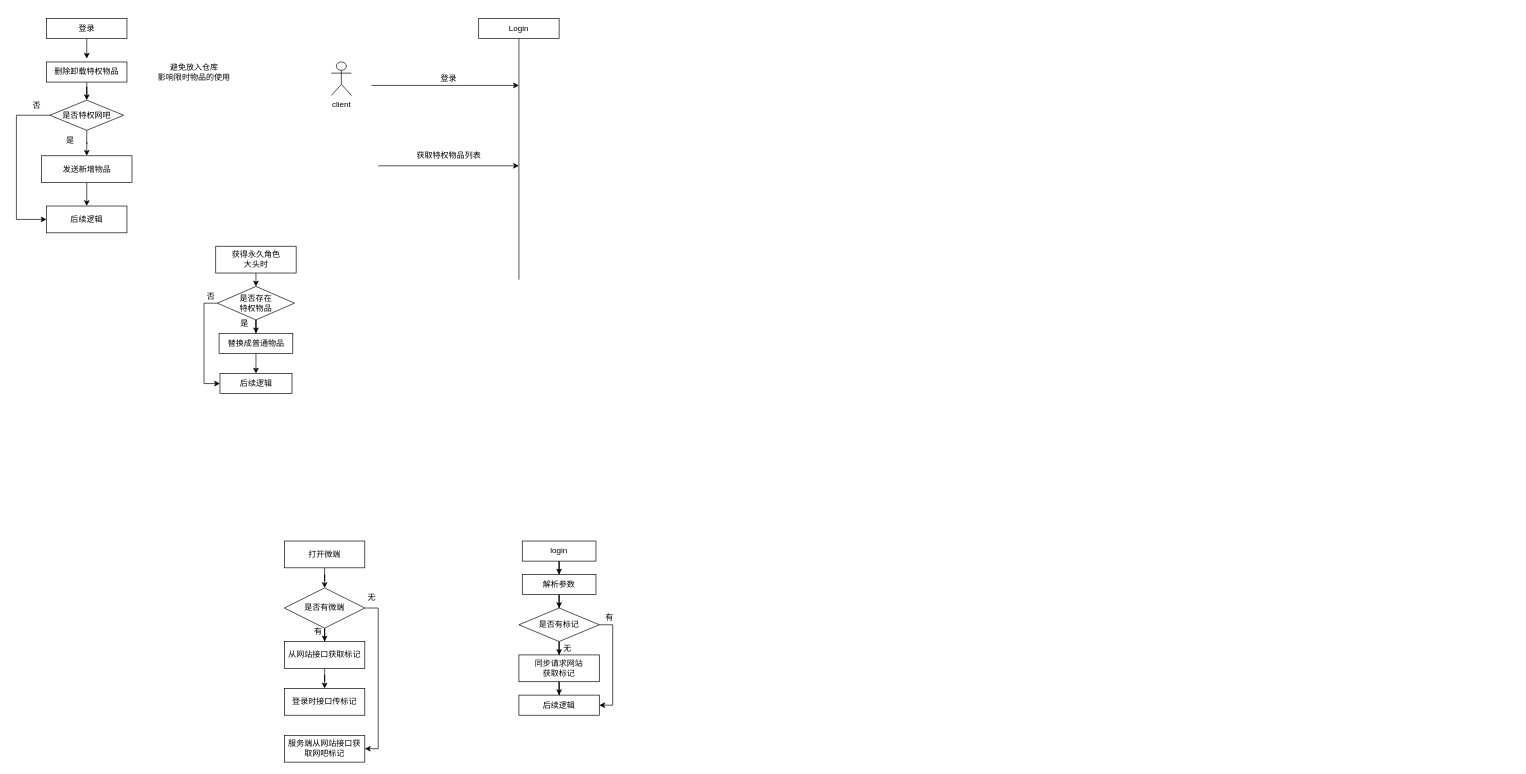
Earlier version of the draw.io diagram SSJJ2/网吧特权.drawio (Ordertiny/graph). Source tidied: cells renumbered, new cells numbered last; positions are measured from the earlier drawing's top-left corner, leaving out a move shared by most shapes. Both pictures are drawn from the tidied source at 67%, with x=0, y=0 at pixel (16, 18).
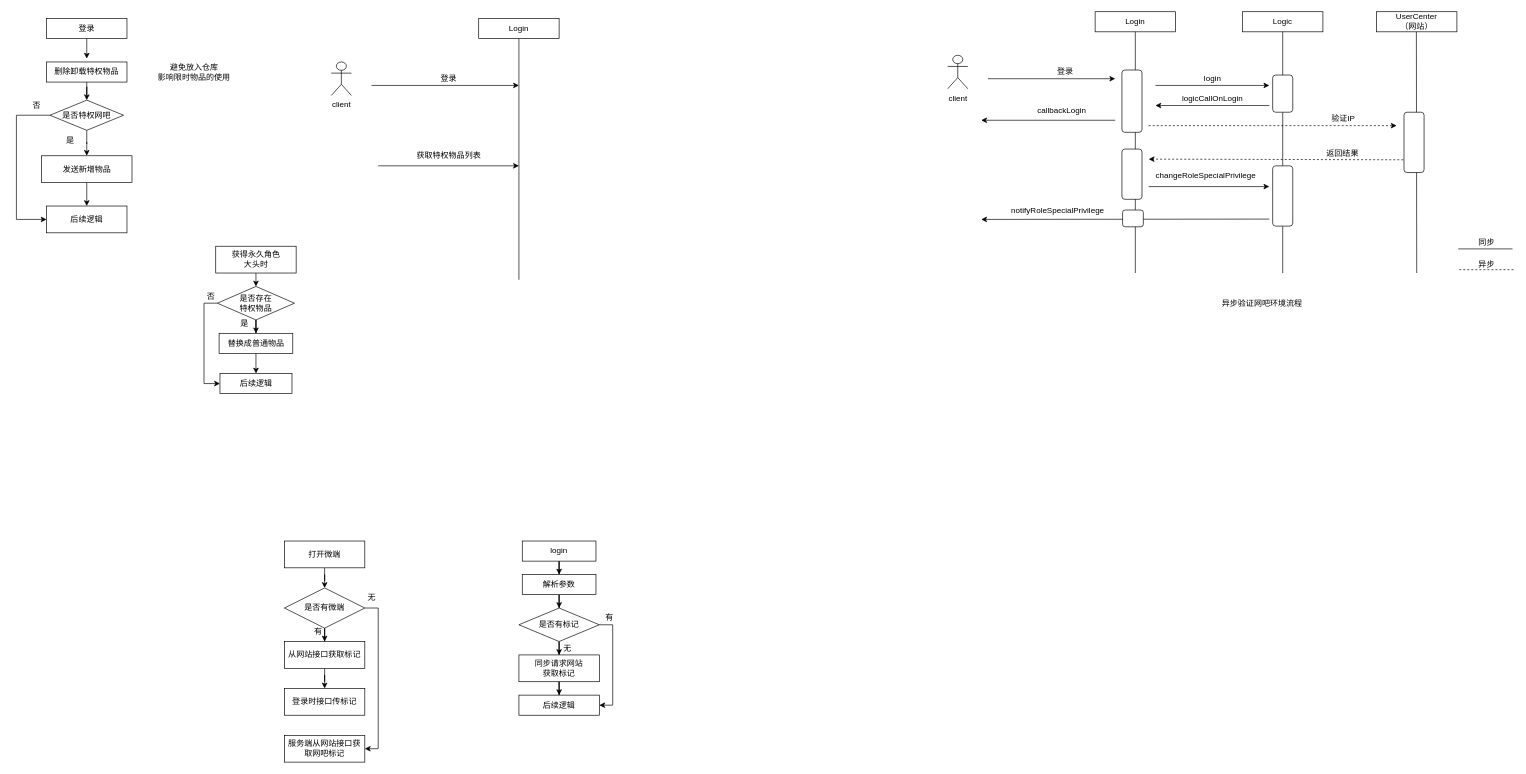
The same page after the edit.

Commit message:
更新网吧特权.drawio

The edit, as a diff of the source:
```diff
@@
+    <mxCell id="55" value="client" style="shape=umlActor;verticalLabelPosition=bottom;verticalAlign=top;html=1;" parent="1" vertex="1">
+      <mxGeometry x="1390" y="55" width="30" height="50" as="geometry" />
+    </mxCell>
+    <mxCell id="56" value="Login" style="rounded=0;whiteSpace=wrap;html=1;" parent="1" vertex="1">
+      <mxGeometry x="1610" y="-10" width="120" height="30" as="geometry" />
+    </mxCell>
+    <mxCell id="57" style="endArrow=none;html=1;rounded=0;entryX=0.5;entryY=1;entryDx=0;entryDy=0;" parent="1" edge="1" target="56">
+      <mxGeometry relative="1" as="geometry">
+        <mxPoint x="1670" y="380" as="sourcePoint" />
+      </mxGeometry>
+    </mxCell>
+    <mxCell id="58" style="endArrow=classic;html=1;rounded=0;" parent="1" edge="1">
+      <mxGeometry relative="1" as="geometry">
+        <mxPoint x="1450" y="90" as="sourcePoint" />
+        <mxPoint x="1640" y="90" as="targetPoint" />
+      </mxGeometry>
+    </mxCell>
+    <mxCell id="59" value="登录" style="text;html=1;align=center;verticalAlign=middle;strokeColor=none;fillColor=none;" parent="1" vertex="1">
+      <mxGeometry x="1540" y="65" width="50" height="30" as="geometry" />
+    </mxCell>
+    <mxCell id="60" style="endArrow=classic;html=1;rounded=0;" parent="1" edge="1">
+      <mxGeometry relative="1" as="geometry">
+        <mxPoint x="1640" y="152" as="sourcePoint" />
+        <mxPoint x="1440" y="152" as="targetPoint" />
+      </mxGeometry>
+    </mxCell>
+    <mxCell id="61" value="callbackLogin" style="text;html=1;align=center;verticalAlign=middle;strokeColor=none;fillColor=none;" parent="1" vertex="1">
+      <mxGeometry x="1510" y="122" width="100" height="30" as="geometry" />
+    </mxCell>
+    <mxCell id="62" value="Logic" style="rounded=0;whiteSpace=wrap;html=1;" parent="1" vertex="1">
+      <mxGeometry x="1830" y="-10" width="120" height="30" as="geometry" />
+    </mxCell>
+    <mxCell id="63" style="endArrow=none;html=1;rounded=0;entryX=0.5;entryY=1;entryDx=0;entryDy=0;" parent="1" edge="1" source="66" target="62">
+      <mxGeometry relative="1" as="geometry" />
+    </mxCell>
+    <mxCell id="64" style="rounded=1;whiteSpace=wrap;html=1;" parent="1" vertex="1">
+      <mxGeometry x="1650" y="77" width="30" height="93" as="geometry" />
+    </mxCell>
+    <mxCell id="65" style="endArrow=none;html=1;rounded=0;entryX=0.5;entryY=1;entryDx=0;entryDy=0;" parent="1" edge="1" source="80" target="66">
+      <mxGeometry relative="1" as="geometry" />
+    </mxCell>
+    <mxCell id="66" style="rounded=1;whiteSpace=wrap;html=1;" parent="1" vertex="1">
+      <mxGeometry x="1875" y="84.5" width="30" height="55.5" as="geometry" />
+    </mxCell>
+    <mxCell id="67" style="endArrow=classic;html=1;rounded=0;" parent="1" edge="1">
+      <mxGeometry relative="1" as="geometry">
+        <mxPoint x="1700" y="100" as="sourcePoint" />
+        <mxPoint x="1870" y="100" as="targetPoint" />
+      </mxGeometry>
+    </mxCell>
+    <mxCell id="68" value="login" style="text;html=1;align=center;verticalAlign=middle;strokeColor=none;fillColor=none;" parent="1" vertex="1">
+      <mxGeometry x="1760" y="75" width="50" height="30" as="geometry" />
+    </mxCell>
+    <mxCell id="69" style="endArrow=classic;html=1;rounded=0;" parent="1" edge="1">
+      <mxGeometry relative="1" as="geometry">
+        <mxPoint x="1870" y="130" as="sourcePoint" />
+        <mxPoint x="1700" y="130" as="targetPoint" />
+      </mxGeometry>
+    </mxCell>
+    <mxCell id="70" value="logicCallOnLogin" style="text;html=1;align=center;verticalAlign=middle;strokeColor=none;fillColor=none;" parent="1" vertex="1">
+      <mxGeometry x="1730" y="105" width="110" height="30" as="geometry" />
+    </mxCell>
+    <mxCell id="71" value="UserCenter&lt;br&gt;（网站）" style="rounded=0;whiteSpace=wrap;html=1;" parent="1" vertex="1">
+      <mxGeometry x="2030" y="-10" width="120" height="30" as="geometry" />
+    </mxCell>
+    <mxCell id="72" style="endArrow=none;html=1;rounded=0;entryX=0.5;entryY=1;entryDx=0;entryDy=0;" parent="1" edge="1">
+      <mxGeometry relative="1" as="geometry">
+        <mxPoint x="2090" y="380" as="sourcePoint" />
+        <mxPoint x="2089.5" y="20" as="targetPoint" />
+      </mxGeometry>
+    </mxCell>
+    <mxCell id="73" style="endArrow=classic;html=1;rounded=0;dashed=1;" parent="1" edge="1">
+      <mxGeometry relative="1" as="geometry">
+        <mxPoint x="1690" y="160" as="sourcePoint" />
+        <mxPoint x="2060" y="160" as="targetPoint" />
+      </mxGeometry>
+    </mxCell>
+    <mxCell id="74" style="rounded=1;whiteSpace=wrap;html=1;" parent="1" vertex="1">
+      <mxGeometry x="2071" y="140" width="30" height="90" as="geometry" />
+    </mxCell>
+    <mxCell id="75" style="rounded=1;whiteSpace=wrap;html=1;" parent="1" vertex="1">
+      <mxGeometry x="1650" y="195" width="30" height="75" as="geometry" />
+    </mxCell>
+    <mxCell id="76" value="验证IP" style="text;html=1;align=center;verticalAlign=middle;strokeColor=none;fillColor=none;" parent="1" vertex="1">
+      <mxGeometry x="1950" y="135" width="60" height="30" as="geometry" />
+    </mxCell>
+    <mxCell id="77" style="endArrow=classic;html=1;rounded=0;dashed=1;" parent="1" edge="1">
+      <mxGeometry relative="1" as="geometry">
+        <mxPoint x="2070" y="211" as="sourcePoint" />
+        <mxPoint x="1690" y="210" as="targetPoint" />
+      </mxGeometry>
+    </mxCell>
+    <mxCell id="78" value="返回结果" style="text;html=1;align=center;verticalAlign=middle;strokeColor=none;fillColor=none;" parent="1" vertex="1">
+      <mxGeometry x="1944" y="187" width="70" height="30" as="geometry" />
+    </mxCell>
+    <mxCell id="79" style="endArrow=none;html=1;rounded=0;entryX=0.5;entryY=1;entryDx=0;entryDy=0;" parent="1" edge="1" target="80">
+      <mxGeometry relative="1" as="geometry">
+        <mxPoint x="1890" y="380" as="sourcePoint" />
+      </mxGeometry>
+    </mxCell>
+    <mxCell id="80" style="rounded=1;whiteSpace=wrap;html=1;" parent="1" vertex="1">
+      <mxGeometry x="1875" y="220" width="30" height="90" as="geometry" />
+    </mxCell>
+    <mxCell id="81" style="endArrow=classic;html=1;rounded=0;" parent="1" edge="1">
+      <mxGeometry relative="1" as="geometry">
+        <mxPoint x="1690" y="251" as="sourcePoint" />
+        <mxPoint x="1870" y="251" as="targetPoint" />
+      </mxGeometry>
+    </mxCell>
+    <mxCell id="82" value="changeRoleSpecialPrivilege" style="text;html=1;align=center;verticalAlign=middle;strokeColor=none;fillColor=none;" parent="1" vertex="1">
+      <mxGeometry x="1690" y="220" width="170" height="30" as="geometry" />
+    </mxCell>
+    <mxCell id="83" value="notifyRoleSpecialPrivilege" style="text;html=1;align=center;verticalAlign=middle;strokeColor=none;fillColor=none;" parent="1" vertex="1">
+      <mxGeometry x="1474" y="272" width="160" height="30" as="geometry" />
+    </mxCell>
+    <mxCell id="84" style="edgeStyle=none;orthogonalLoop=1;jettySize=auto;html=1;rounded=0;" parent="1" edge="1">
+      <mxGeometry relative="1" as="geometry">
+        <mxPoint x="1870" y="299.5" as="sourcePoint" />
+        <mxPoint x="1440" y="300" as="targetPoint" />
+      </mxGeometry>
+    </mxCell>
+    <mxCell id="85" style="endArrow=none;html=1;rounded=0;" parent="1" edge="1">
+      <mxGeometry relative="1" as="geometry">
+        <mxPoint x="2152" y="344" as="sourcePoint" />
+        <mxPoint x="2233" y="344" as="targetPoint" />
+      </mxGeometry>
+    </mxCell>
+    <mxCell id="86" value="同步" style="text;html=1;align=center;verticalAlign=middle;strokeColor=none;fillColor=none;" parent="1" vertex="1">
+      <mxGeometry x="2173" y="322" width="42" height="26" as="geometry" />
+    </mxCell>
+    <mxCell id="87" style="endArrow=none;html=1;rounded=0;dashed=1;" parent="1" edge="1">
+      <mxGeometry relative="1" as="geometry">
+        <mxPoint x="2153.5" y="375" as="sourcePoint" />
+        <mxPoint x="2235" y="375" as="targetPoint" />
+      </mxGeometry>
+    </mxCell>
+    <mxCell id="88" value="异步" style="text;html=1;align=center;verticalAlign=middle;strokeColor=none;fillColor=none;" parent="1" vertex="1">
+      <mxGeometry x="2173" y="354" width="42" height="26" as="geometry" />
+    </mxCell>
+    <mxCell id="89" style="rounded=1;whiteSpace=wrap;html=1;" parent="1" vertex="1">
+      <mxGeometry x="1651" y="286" width="31" height="25" as="geometry" />
+    </mxCell>
+    <mxCell id="90" value="异步验证网吧环境流程" style="text;html=1;align=center;verticalAlign=middle;strokeColor=none;fillColor=none;" parent="1" vertex="1">
+      <mxGeometry x="1790" y="412" width="138" height="26" as="geometry" />
+    </mxCell>
```
